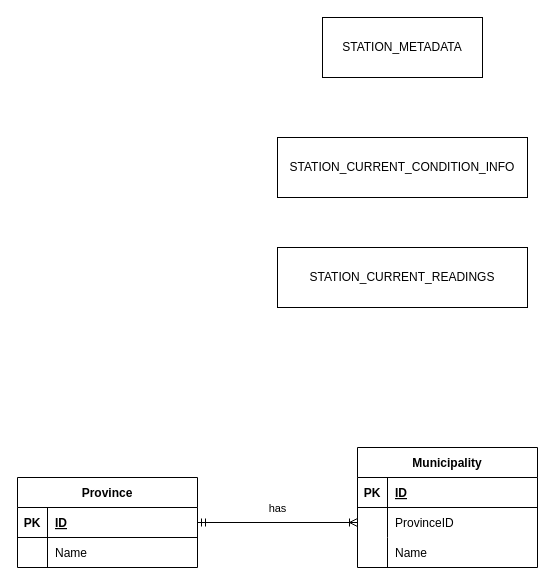
Above: DAAMIA.drawio in genebit/draw.io-diagrams (draw.io), before the change. Source tidied: cells renumbered, new cells numbered last; positions are measured from the earlier drawing's top-left corner, leaving out a move shared by most shapes. Both pictures are drawn from the tidied source at 100%, with x=0, y=0 at pixel (17, 17).
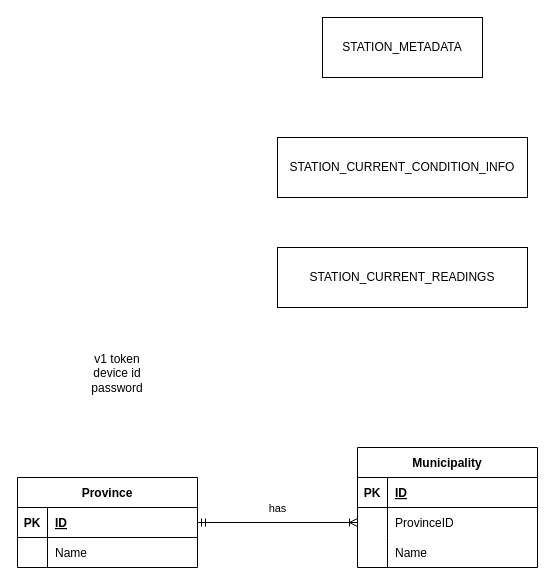
The same page after the edit.

Diff of the diagram source:
```diff
@@
+    <mxCell id="25" value="v1 token&lt;br&gt;device id&lt;br&gt;password" style="text;html=1;strokeColor=none;fillColor=none;align=center;verticalAlign=middle;whiteSpace=wrap;rounded=0;fontSize=12;" parent="1" vertex="1">
+      <mxGeometry x="20" y="323" width="160" height="65" as="geometry" />
+    </mxCell>
```
